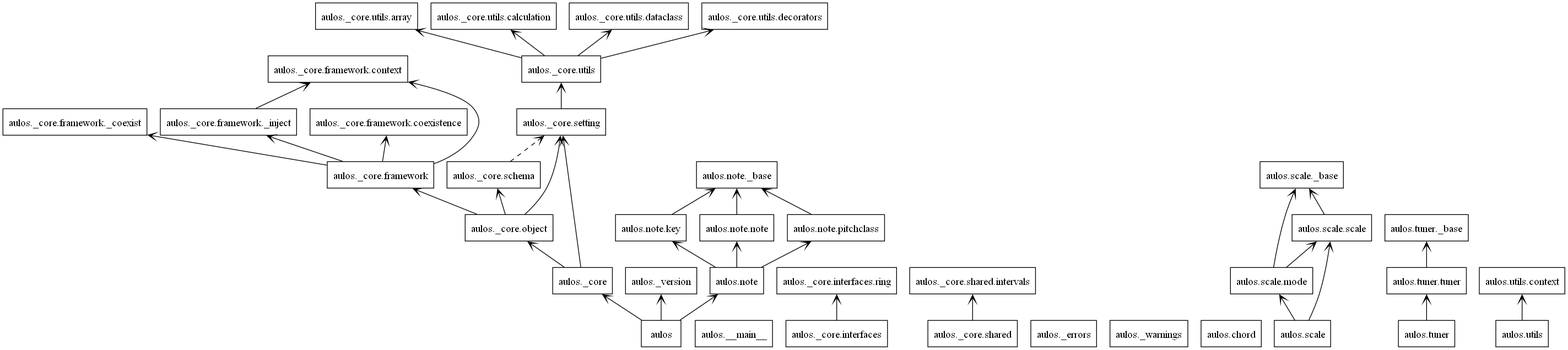
The PlantUML diagram documents/design/class-diagram/packages.png in Oujox/aulos, before a commit. Its source is kept beside it as documents/design/class-diagram/packages.puml.
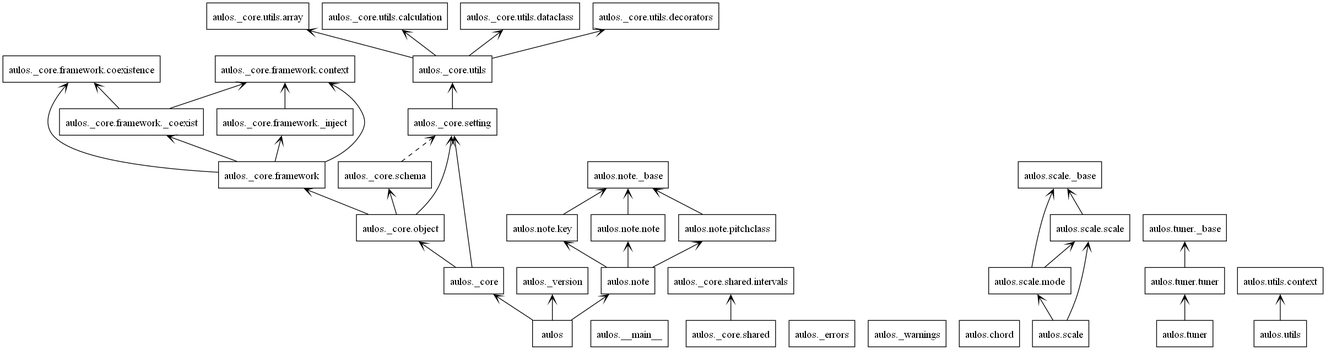
The same diagram one commit later.

Commit message:
classdiagram & format

Diff of the diagram source:
```diff
@@ -15,10 +15,6 @@
 package "aulos._core.framework.coexistence" as aulos._core.framework.coexistence {
 }
 package "aulos._core.framework.context" as aulos._core.framework.context {
-}
-package "aulos._core.interfaces" as aulos._core.interfaces {
-}
-package "aulos._core.interfaces.ring" as aulos._core.interfaces.ring {
 }
 package "aulos._core.object" as aulos._core.object {
 }
@@ -85,8 +81,9 @@
 aulos._core.framework --> aulos._core.framework._inject
 aulos._core.framework --> aulos._core.framework.coexistence
 aulos._core.framework --> aulos._core.framework.context
+aulos._core.framework._coexist --> aulos._core.framework.coexistence
+aulos._core.framework._coexist --> aulos._core.framework.context
 aulos._core.framework._inject --> aulos._core.framework.context
-aulos._core.interfaces --> aulos._core.interfaces.ring
 aulos._core.object --> aulos._core.framework
 aulos._core.object --> aulos._core.schema
 aulos._core.object --> aulos._core.setting
```
